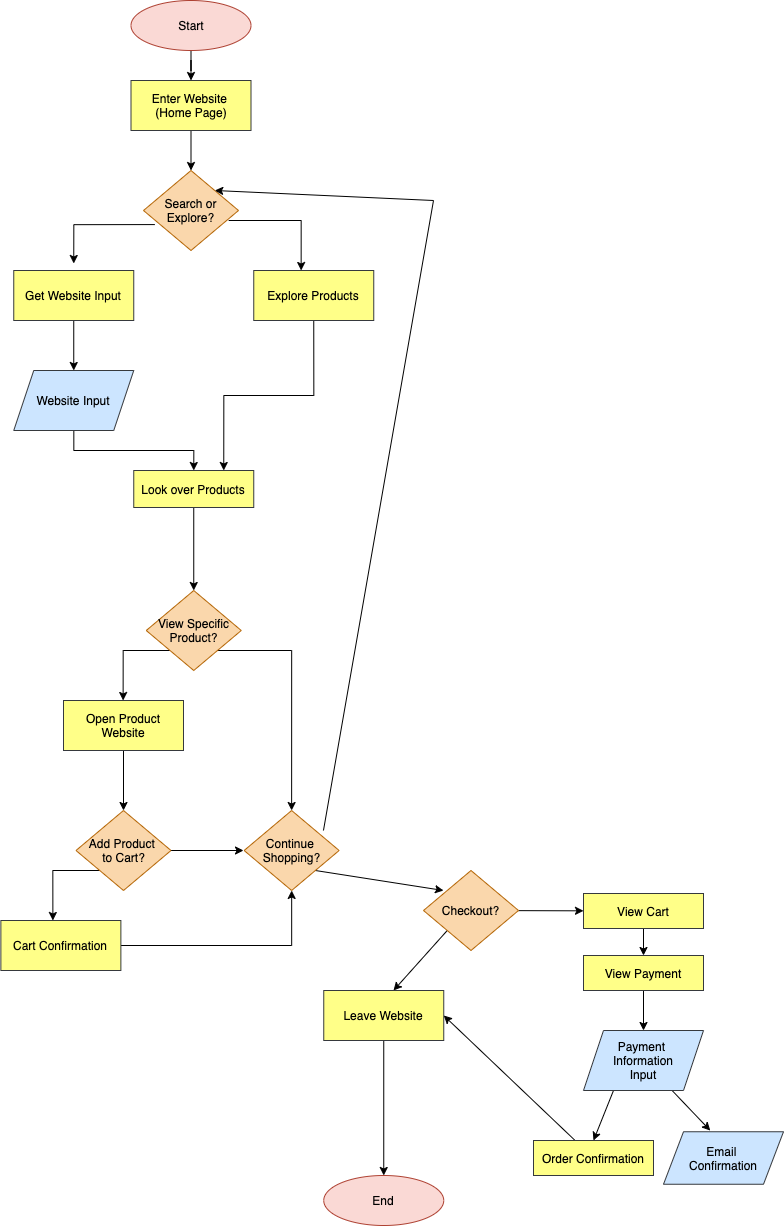
Earlier version of the draw.io export part2/part2.drawio.png (anoushkadave/wi21-cse110-lab4). Source tidied: cells renumbered, new cells last; positions are measured from the earlier drawing's top-left corner, leaving out a move shared by most shapes.
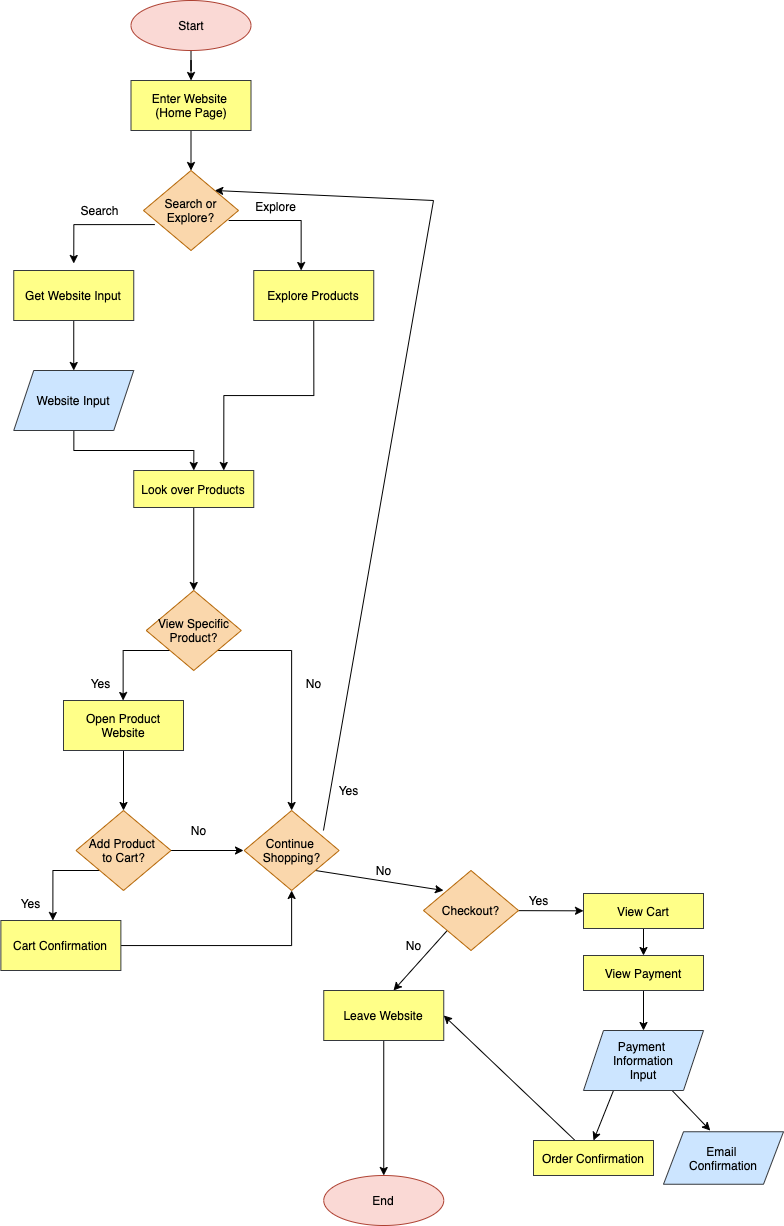
After the commit.

Commit message:
changed text colors

What changed in the source:
```diff
@@ -58,10 +58,10 @@
     <mxCell id="16" value="View Specific&lt;br&gt;Product?" style="rhombus;whiteSpace=wrap;html=1;fillColor=#fad7ac;strokeColor=#b46504;fontColor=#000000;" parent="1" vertex="1">
       <mxGeometry x="145.8" y="590" width="95" height="80" as="geometry" />
     </mxCell>
-    <mxCell id="17" value="Yes" style="text;html=1;align=center;verticalAlign=middle;fontColor=#FFFFFF;" parent="1" vertex="1">
+    <mxCell id="17" value="Yes" style="text;html=1;align=center;verticalAlign=middle;fontColor=#000000;" parent="1" vertex="1">
       <mxGeometry x="80.4" y="673" width="40" height="20" as="geometry" />
     </mxCell>
-    <mxCell id="18" value="No" style="text;html=1;align=center;verticalAlign=middle;fontColor=#FFFFFF;" parent="1" vertex="1">
+    <mxCell id="18" value="No" style="text;html=1;align=center;verticalAlign=middle;fontColor=#000000;" parent="1" vertex="1">
       <mxGeometry x="298.2" y="673" width="30" height="20" as="geometry" />
     </mxCell>
     <mxCell id="19" style="edgeStyle=orthogonalEdgeStyle;rounded=0;jettySize=auto;html=1;fontColor=#FFFFFF;" parent="1" edge="1" source="20" target="6">
@@ -70,10 +70,10 @@
     <mxCell id="20" value="Enter Website &lt;br&gt;(Home Page)" style="rounded=0;whiteSpace=wrap;html=1;fillColor=#ffff88;strokeColor=#36393d;fontColor=#000000;" parent="1" vertex="1">
       <mxGeometry x="130.5" y="80" width="120" height="50" as="geometry" />
     </mxCell>
-    <mxCell id="21" value="Search" style="text;html=1;align=center;verticalAlign=middle;fontColor=#FFFFFF;" parent="1" vertex="1">
+    <mxCell id="21" value="Search" style="text;html=1;align=center;verticalAlign=middle;fontColor=#000000;" parent="1" vertex="1">
       <mxGeometry x="73.8" y="200" width="50" height="20" as="geometry" />
     </mxCell>
-    <mxCell id="22" value="Explore&lt;br&gt;" style="text;html=1;align=center;verticalAlign=middle;fontColor=#FFFFFF;" parent="1" vertex="1">
+    <mxCell id="22" value="Explore&lt;br&gt;" style="text;html=1;align=center;verticalAlign=middle;fontColor=#000000;" parent="1" vertex="1">
       <mxGeometry x="244.5" y="196" width="60" height="20" as="geometry" />
     </mxCell>
     <mxCell id="23" style="edgeStyle=orthogonalEdgeStyle;rounded=0;jettySize=auto;html=1;exitX=0.5;exitY=1;exitDx=0;exitDy=0;entryX=0.5;entryY=0;entryDx=0;entryDy=0;fontColor=#FFFFFF;" parent="1" edge="1" source="24" target="10">
@@ -101,7 +101,7 @@
     <mxCell id="29" value="Add Product &lt;br&gt;to Cart?" style="rhombus;whiteSpace=wrap;html=1;fillColor=#fad7ac;strokeColor=#b46504;fontColor=#000000;" parent="1" vertex="1">
       <mxGeometry x="75.5" y="810" width="95" height="80" as="geometry" />
     </mxCell>
-    <mxCell id="30" value="Yes" style="text;html=1;align=center;verticalAlign=middle;fontColor=#FFFFFF;" parent="1" vertex="1">
+    <mxCell id="30" value="Yes" style="text;html=1;align=center;verticalAlign=middle;fontColor=#000000;" parent="1" vertex="1">
       <mxGeometry x="10.1" y="893" width="40" height="20" as="geometry" />
     </mxCell>
     <mxCell id="31" style="edgeStyle=orthogonalEdgeStyle;rounded=0;jettySize=auto;html=1;fontColor=#FFFFFF;" parent="1" edge="1" source="32" target="35">
@@ -110,7 +110,7 @@
     <mxCell id="32" value="Cart Confirmation" style="rounded=0;whiteSpace=wrap;html=1;fillColor=#ffff88;strokeColor=#36393d;fontColor=#000000;" parent="1" vertex="1">
       <mxGeometry x="0.4" y="920" width="120" height="50" as="geometry" />
     </mxCell>
-    <mxCell id="33" value="No" style="text;html=1;align=center;verticalAlign=middle;fontColor=#FFFFFF;" parent="1" vertex="1">
+    <mxCell id="33" value="No" style="text;html=1;align=center;verticalAlign=middle;fontColor=#000000;" parent="1" vertex="1">
       <mxGeometry x="183" y="820" width="30" height="20" as="geometry" />
     </mxCell>
     <mxCell id="34" style="edgeStyle=none;rounded=0;jettySize=auto;html=1;exitX=1;exitY=1;exitDx=0;exitDy=0;fontColor=#FFFFFF;" parent="1" edge="1" source="35">
@@ -131,10 +131,10 @@
         <mxPoint x="433" y="200" as="targetPoint" />
       </mxGeometry>
     </mxCell>
-    <mxCell id="38" value="Yes" style="text;html=1;align=center;verticalAlign=middle;fontColor=#FFFFFF;" parent="1" vertex="1">
+    <mxCell id="38" value="Yes" style="text;html=1;align=center;verticalAlign=middle;fontColor=#000000;" parent="1" vertex="1">
       <mxGeometry x="328.2" y="780" width="40" height="20" as="geometry" />
     </mxCell>
-    <mxCell id="39" value="No" style="text;html=1;align=center;verticalAlign=middle;fontColor=#FFFFFF;" parent="1" vertex="1">
+    <mxCell id="39" value="No" style="text;html=1;align=center;verticalAlign=middle;fontColor=#000000;" parent="1" vertex="1">
       <mxGeometry x="368.2" y="860" width="30" height="20" as="geometry" />
     </mxCell>
     <mxCell id="40" style="edgeStyle=none;rounded=0;jettySize=auto;html=1;exitX=0;exitY=1;exitDx=0;exitDy=0;fontColor=#FFFFFF;" parent="1" edge="1" source="42">
@@ -154,7 +154,7 @@
     <mxCell id="44" value="Leave Website" style="rounded=0;whiteSpace=wrap;html=1;fillColor=#ffff88;strokeColor=#36393d;fontColor=#000000;" parent="1" vertex="1">
       <mxGeometry x="323.2" y="990" width="120" height="50" as="geometry" />
     </mxCell>
-    <mxCell id="45" value="No" style="text;html=1;align=center;verticalAlign=middle;fontColor=#FFFFFF;" parent="1" vertex="1">
+    <mxCell id="45" value="No" style="text;html=1;align=center;verticalAlign=middle;fontColor=#000000;" parent="1" vertex="1">
       <mxGeometry x="398.2" y="935" width="30" height="20" as="geometry" />
     </mxCell>
     <mxCell id="46" style="edgeStyle=none;rounded=0;jettySize=auto;html=1;fontColor=#FFFFFF;" parent="1" edge="1" source="47" target="50">
@@ -163,7 +163,7 @@
     <mxCell id="47" value="View Cart" style="rounded=0;whiteSpace=wrap;html=1;fillColor=#ffff88;strokeColor=#36393d;fontColor=#000000;" parent="1" vertex="1">
       <mxGeometry x="583" y="893" width="120" height="35" as="geometry" />
     </mxCell>
-    <mxCell id="48" value="Yes" style="text;html=1;align=center;verticalAlign=middle;fontColor=#FFFFFF;" parent="1" vertex="1">
+    <mxCell id="48" value="Yes" style="text;html=1;align=center;verticalAlign=middle;fontColor=#000000;" parent="1" vertex="1">
       <mxGeometry x="518" y="890" width="40" height="20" as="geometry" />
     </mxCell>
     <mxCell id="49" style="edgeStyle=none;rounded=0;jettySize=auto;html=1;fontColor=#FFFFFF;" parent="1" edge="1" source="50" target="53">
```
